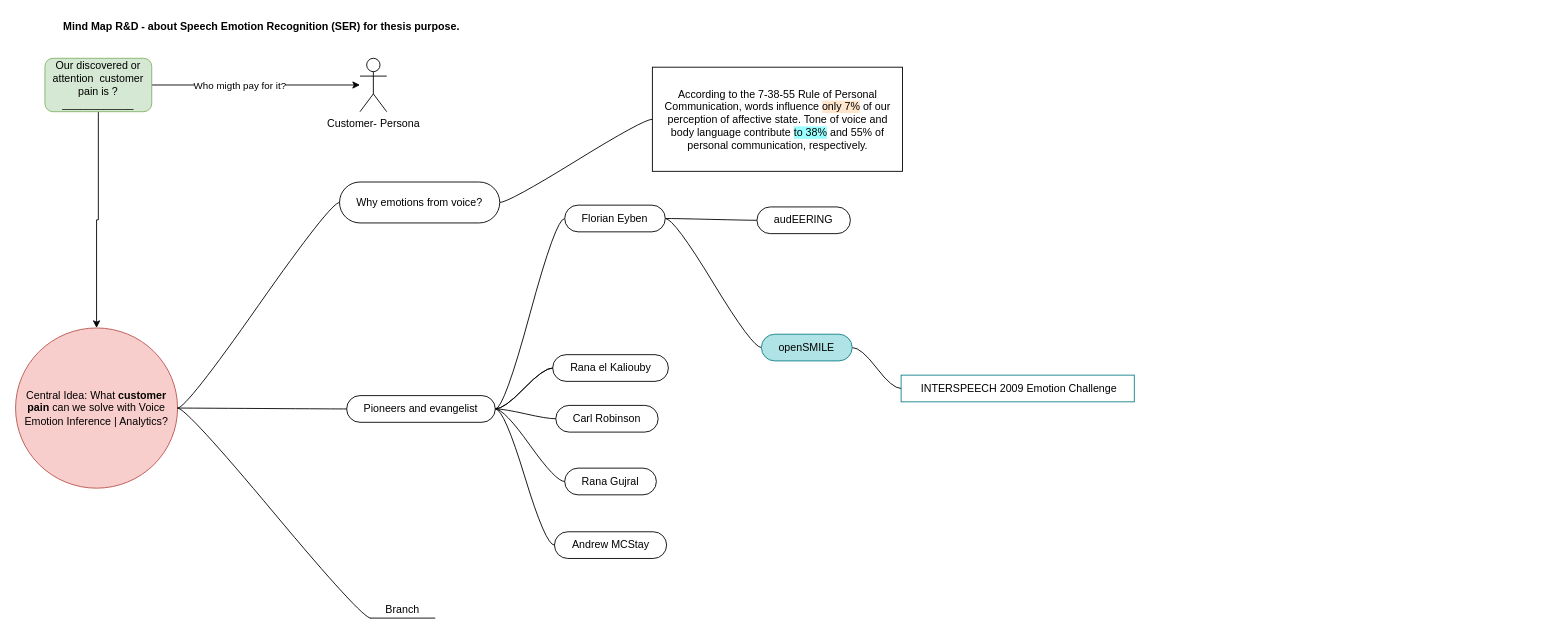
The draw.io diagram SER-mind-map-ryd.drawio in beltrewilton/ser_research, before the edit. Source tidied: cells renumbered, new cells numbered last; positions are measured from the earlier drawing's top-left corner, leaving out a move shared by most shapes. Both pictures are drawn from the tidied source at 89%, with x=0, y=0 at pixel (15, 15).
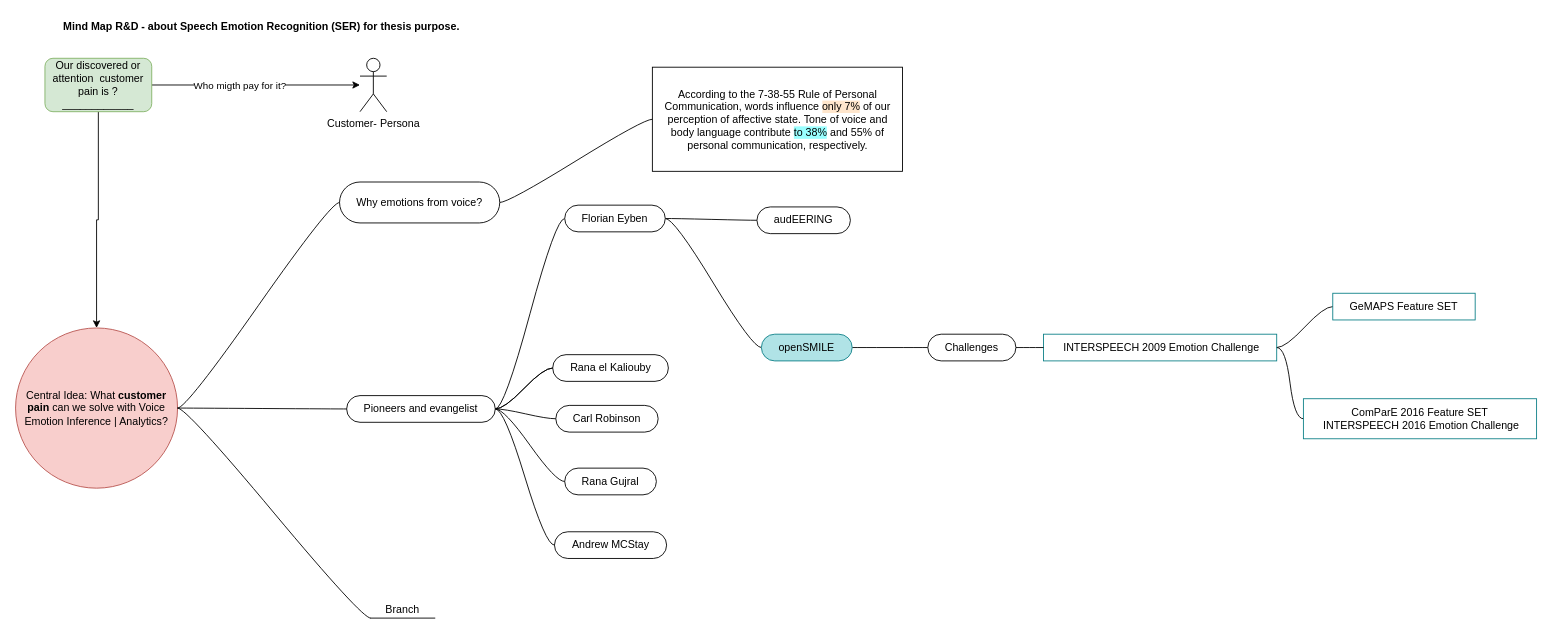
After the change.

The change refers to these unchanged cells:
```xml
<mxCell id="32" value="openSMILE" style="whiteSpace=wrap;html=1;rounded=1;arcSize=50;align=center;verticalAlign=middle;strokeWidth=1;spacing=4;newEdgeStyle={&quot;edgeStyle&quot;:&quot;entityRelationEdgeStyle&quot;,&quot;startArrow&quot;:&quot;none&quot;,&quot;endArrow&quot;:&quot;none&quot;,&quot;segment&quot;:10,&quot;curved&quot;:1,&quot;sourcePerimeterSpacing&quot;:0,&quot;targetPerimeterSpacing&quot;:0};strokeColor=#0e8088;fillColor=#b0e3e6;" parent="1" vertex="1">
  <mxGeometry x="838" y="358" width="102" height="30" as="geometry" />
</mxCell>
```

What changed in the source:
```diff
@@
-    <mxCell id="31" style="edgeStyle=entityRelationEdgeStyle;rounded=0;jettySize=auto;html=1;startArrow=none;endArrow=none;segment=10;curved=1;sourcePerimeterSpacing=0;targetPerimeterSpacing=0;" parent="1" edge="1" source="32" target="34">
-      <mxGeometry relative="1" as="geometry" />
-    </mxCell>
+    <mxCell id="35" style="edgeStyle=entityRelationEdgeStyle;rounded=0;jettySize=auto;html=1;startArrow=none;endArrow=none;segment=10;curved=1;sourcePerimeterSpacing=0;targetPerimeterSpacing=0;entryX=0;entryY=0.5;entryDx=0;entryDy=0;" parent="1" edge="1" source="32" target="41">
+      <mxGeometry relative="1" as="geometry" />
+    </mxCell>
@@
+    <mxCell id="36" style="edgeStyle=entityRelationEdgeStyle;rounded=0;jettySize=auto;html=1;startArrow=none;endArrow=none;segment=10;curved=1;sourcePerimeterSpacing=0;targetPerimeterSpacing=0;entryX=0;entryY=0.5;entryDx=0;entryDy=0;" parent="1" edge="1" source="34" target="38">
+      <mxGeometry relative="1" as="geometry" />
+    </mxCell>
+    <mxCell id="37" style="edgeStyle=entityRelationEdgeStyle;rounded=0;jettySize=auto;html=1;startArrow=none;endArrow=none;segment=10;curved=1;sourcePerimeterSpacing=0;targetPerimeterSpacing=0;entryX=0;entryY=0.5;entryDx=0;entryDy=0;" parent="1" edge="1" source="34" target="39">
+      <mxGeometry relative="1" as="geometry" />
+    </mxCell>
     <mxCell id="34" value="&amp;nbsp;INTERSPEECH 2009 Emotion Challenge" style="whiteSpace=wrap;html=1;rounded=0;arcSize=50;align=center;verticalAlign=middle;strokeWidth=1;spacing=4;newEdgeStyle={&quot;edgeStyle&quot;:&quot;entityRelationEdgeStyle&quot;,&quot;startArrow&quot;:&quot;none&quot;,&quot;endArrow&quot;:&quot;none&quot;,&quot;segment&quot;:10,&quot;curved&quot;:1,&quot;sourcePerimeterSpacing&quot;:0,&quot;targetPerimeterSpacing&quot;:0};strokeColor=#0e8088;fillColor=none;" parent="1" vertex="1">
-      <mxGeometry x="995" y="404" width="262" height="30" as="geometry" />
+      <mxGeometry x="1155" y="358" width="262" height="30" as="geometry" />
     </mxCell>
+    <mxCell id="38" value="GeMAPS Feature SET" style="whiteSpace=wrap;html=1;rounded=0;arcSize=50;align=center;verticalAlign=middle;strokeWidth=1;spacing=4;newEdgeStyle={&quot;edgeStyle&quot;:&quot;entityRelationEdgeStyle&quot;,&quot;startArrow&quot;:&quot;none&quot;,&quot;endArrow&quot;:&quot;none&quot;,&quot;segment&quot;:10,&quot;curved&quot;:1,&quot;sourcePerimeterSpacing&quot;:0,&quot;targetPerimeterSpacing&quot;:0};strokeColor=#0e8088;fillColor=none;" parent="1" vertex="1">
+      <mxGeometry x="1480" y="312" width="160" height="30" as="geometry" />
+    </mxCell>
+    <mxCell id="39" value="ComParE 2016 Feature SET&lt;br&gt;&amp;nbsp;INTERSPEECH 2016 Emotion Challenge" style="whiteSpace=wrap;html=1;rounded=0;arcSize=50;align=center;verticalAlign=middle;strokeWidth=1;spacing=4;newEdgeStyle={&quot;edgeStyle&quot;:&quot;entityRelationEdgeStyle&quot;,&quot;startArrow&quot;:&quot;none&quot;,&quot;endArrow&quot;:&quot;none&quot;,&quot;segment&quot;:10,&quot;curved&quot;:1,&quot;sourcePerimeterSpacing&quot;:0,&quot;targetPerimeterSpacing&quot;:0};strokeColor=#0e8088;fillColor=none;" parent="1" vertex="1">
+      <mxGeometry x="1447" y="430.5" width="262" height="45" as="geometry" />
+    </mxCell>
+    <mxCell id="40" style="edgeStyle=entityRelationEdgeStyle;rounded=0;jettySize=auto;html=1;startArrow=none;endArrow=none;segment=10;curved=1;sourcePerimeterSpacing=0;targetPerimeterSpacing=0;exitX=1;exitY=0.5;exitDx=0;exitDy=0;entryX=0;entryY=0.5;entryDx=0;entryDy=0;" parent="1" edge="1" source="41" target="34">
+      <mxGeometry relative="1" as="geometry" />
+    </mxCell>
+    <mxCell id="41" value="Challenges" style="whiteSpace=wrap;html=1;rounded=1;arcSize=50;align=center;verticalAlign=middle;strokeWidth=1;spacing=4;newEdgeStyle={&quot;edgeStyle&quot;:&quot;entityRelationEdgeStyle&quot;,&quot;startArrow&quot;:&quot;none&quot;,&quot;endArrow&quot;:&quot;none&quot;,&quot;segment&quot;:10,&quot;curved&quot;:1,&quot;sourcePerimeterSpacing&quot;:0,&quot;targetPerimeterSpacing&quot;:0};strokeColor=default;fillColor=default;" parent="1" vertex="1">
+      <mxGeometry x="1025" y="358" width="99" height="30" as="geometry" />
+    </mxCell>
```
